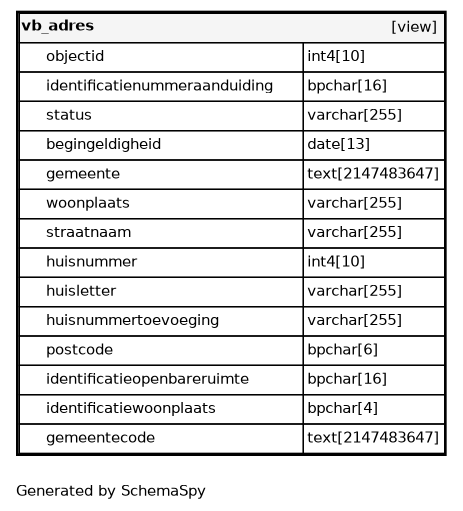
The Graphviz diagram datamodel/schemaspy/bag/diagrams/tables/vb_adres.1degree.png in B3Partners/brmo, before a commit. Its source is kept beside it as datamodel/schemaspy/bag/diagrams/tables/vb_adres.1degree.dot. Source of this version:
```dot
digraph "oneDegreeRelationshipsDiagram" {
  graph [    rankdir="RL"    bgcolor="#ffffff"    label="\nGenerated by SchemaSpy"    labeljust="l"    nodesep="0.18"    ranksep="0.46"    fontname="Helvetica"    fontsize="11"    ration="compress"  ];  node [    fontname="Helvetica"    fontsize="11"    shape="plaintext"  ];  edge [    arrowsize="0.8"  ];
  "vb_adres" [
   label=<
    <TABLE BORDER="2" CELLBORDER="1" CELLSPACING="0" BGCOLOR="#ffffff">
      <TR><TD COLSPAN="4"  BGCOLOR="#f5f5f5"><TABLE BORDER="0" CELLSPACING="0"><TR><TD ALIGN="LEFT" FIXEDSIZE="TRUE" WIDTH="52" HEIGHT="16"><B>vb_adres</B></TD><TD ALIGN="RIGHT">[view]</TD></TR></TABLE></TD></TR>
      <TR><TD PORT="objectid" COLSPAN="2" ALIGN="LEFT"><TABLE BORDER="0" CELLSPACING="0" ALIGN="LEFT"><TR ALIGN="LEFT"><TD ALIGN="LEFT" FIXEDSIZE="TRUE" WIDTH="15" HEIGHT="16"></TD><TD ALIGN="LEFT" FIXEDSIZE="TRUE" WIDTH="192" HEIGHT="16">objectid</TD></TR></TABLE></TD><TD PORT="objectid.type" ALIGN="LEFT">int4[10]</TD></TR>
      <TR><TD PORT="identificatienummeraanduiding" COLSPAN="2" ALIGN="LEFT"><TABLE BORDER="0" CELLSPACING="0" ALIGN="LEFT"><TR ALIGN="LEFT"><TD ALIGN="LEFT" FIXEDSIZE="TRUE" WIDTH="15" HEIGHT="16"></TD><TD ALIGN="LEFT" FIXEDSIZE="TRUE" WIDTH="192" HEIGHT="16">identificatienummeraanduiding</TD></TR></TABLE></TD><TD PORT="identificatienummeraanduiding.type" ALIGN="LEFT">bpchar[16]</TD></TR>
      <TR><TD PORT="status" COLSPAN="2" ALIGN="LEFT"><TABLE BORDER="0" CELLSPACING="0" ALIGN="LEFT"><TR ALIGN="LEFT"><TD ALIGN="LEFT" FIXEDSIZE="TRUE" WIDTH="15" HEIGHT="16"></TD><TD ALIGN="LEFT" FIXEDSIZE="TRUE" WIDTH="192" HEIGHT="16">status</TD></TR></TABLE></TD><TD PORT="status.type" ALIGN="LEFT">varchar[255]</TD></TR>
      <TR><TD PORT="begingeldigheid" COLSPAN="2" ALIGN="LEFT"><TABLE BORDER="0" CELLSPACING="0" ALIGN="LEFT"><TR ALIGN="LEFT"><TD ALIGN="LEFT" FIXEDSIZE="TRUE" WIDTH="15" HEIGHT="16"></TD><TD ALIGN="LEFT" FIXEDSIZE="TRUE" WIDTH="192" HEIGHT="16">begingeldigheid</TD></TR></TABLE></TD><TD PORT="begingeldigheid.type" ALIGN="LEFT">date[13]</TD></TR>
      <TR><TD PORT="gemeente" COLSPAN="2" ALIGN="LEFT"><TABLE BORDER="0" CELLSPACING="0" ALIGN="LEFT"><TR ALIGN="LEFT"><TD ALIGN="LEFT" FIXEDSIZE="TRUE" WIDTH="15" HEIGHT="16"></TD><TD ALIGN="LEFT" FIXEDSIZE="TRUE" WIDTH="192" HEIGHT="16">gemeente</TD></TR></TABLE></TD><TD PORT="gemeente.type" ALIGN="LEFT">text[2147483647]</TD></TR>
      <TR><TD PORT="woonplaats" COLSPAN="2" ALIGN="LEFT"><TABLE BORDER="0" CELLSPACING="0" ALIGN="LEFT"><TR ALIGN="LEFT"><TD ALIGN="LEFT" FIXEDSIZE="TRUE" WIDTH="15" HEIGHT="16"></TD><TD ALIGN="LEFT" FIXEDSIZE="TRUE" WIDTH="192" HEIGHT="16">woonplaats</TD></TR></TABLE></TD><TD PORT="woonplaats.type" ALIGN="LEFT">varchar[255]</TD></TR>
      <TR><TD PORT="straatnaam" COLSPAN="2" ALIGN="LEFT"><TABLE BORDER="0" CELLSPACING="0" ALIGN="LEFT"><TR ALIGN="LEFT"><TD ALIGN="LEFT" FIXEDSIZE="TRUE" WIDTH="15" HEIGHT="16"></TD><TD ALIGN="LEFT" FIXEDSIZE="TRUE" WIDTH="192" HEIGHT="16">straatnaam</TD></TR></TABLE></TD><TD PORT="straatnaam.type" ALIGN="LEFT">varchar[255]</TD></TR>
      <TR><TD PORT="huisnummer" COLSPAN="2" ALIGN="LEFT"><TABLE BORDER="0" CELLSPACING="0" ALIGN="LEFT"><TR ALIGN="LEFT"><TD ALIGN="LEFT" FIXEDSIZE="TRUE" WIDTH="15" HEIGHT="16"></TD><TD ALIGN="LEFT" FIXEDSIZE="TRUE" WIDTH="192" HEIGHT="16">huisnummer</TD></TR></TABLE></TD><TD PORT="huisnummer.type" ALIGN="LEFT">int4[10]</TD></TR>
      <TR><TD PORT="huisletter" COLSPAN="2" ALIGN="LEFT"><TABLE BORDER="0" CELLSPACING="0" ALIGN="LEFT"><TR ALIGN="LEFT"><TD ALIGN="LEFT" FIXEDSIZE="TRUE" WIDTH="15" HEIGHT="16"></TD><TD ALIGN="LEFT" FIXEDSIZE="TRUE" WIDTH="192" HEIGHT="16">huisletter</TD></TR></TABLE></TD><TD PORT="huisletter.type" ALIGN="LEFT">varchar[255]</TD></TR>
      <TR><TD PORT="huisnummertoevoeging" COLSPAN="2" ALIGN="LEFT"><TABLE BORDER="0" CELLSPACING="0" ALIGN="LEFT"><TR ALIGN="LEFT"><TD ALIGN="LEFT" FIXEDSIZE="TRUE" WIDTH="15" HEIGHT="16"></TD><TD ALIGN="LEFT" FIXEDSIZE="TRUE" WIDTH="192" HEIGHT="16">huisnummertoevoeging</TD></TR></TABLE></TD><TD PORT="huisnummertoevoeging.type" ALIGN="LEFT">varchar[255]</TD></TR>
      <TR><TD PORT="postcode" COLSPAN="2" ALIGN="LEFT"><TABLE BORDER="0" CELLSPACING="0" ALIGN="LEFT"><TR ALIGN="LEFT"><TD ALIGN="LEFT" FIXEDSIZE="TRUE" WIDTH="15" HEIGHT="16"></TD><TD ALIGN="LEFT" FIXEDSIZE="TRUE" WIDTH="192" HEIGHT="16">postcode</TD></TR></TABLE></TD><TD PORT="postcode.type" ALIGN="LEFT">bpchar[6]</TD></TR>
      <TR><TD PORT="identificatieopenbareruimte" COLSPAN="2" ALIGN="LEFT"><TABLE BORDER="0" CELLSPACING="0" ALIGN="LEFT"><TR ALIGN="LEFT"><TD ALIGN="LEFT" FIXEDSIZE="TRUE" WIDTH="15" HEIGHT="16"></TD><TD ALIGN="LEFT" FIXEDSIZE="TRUE" WIDTH="192" HEIGHT="16">identificatieopenbareruimte</TD></TR></TABLE></TD><TD PORT="identificatieopenbareruimte.type" ALIGN="LEFT">bpchar[16]</TD></TR>
      <TR><TD PORT="identificatiewoonplaats" COLSPAN="2" ALIGN="LEFT"><TABLE BORDER="0" CELLSPACING="0" ALIGN="LEFT"><TR ALIGN="LEFT"><TD ALIGN="LEFT" FIXEDSIZE="TRUE" WIDTH="15" HEIGHT="16"></TD><TD ALIGN="LEFT" FIXEDSIZE="TRUE" WIDTH="192" HEIGHT="16">identificatiewoonplaats</TD></TR></TABLE></TD><TD PORT="identificatiewoonplaats.type" ALIGN="LEFT">bpchar[4]</TD></TR>
      <TR><TD PORT="gemeentecode" COLSPAN="2" ALIGN="LEFT"><TABLE BORDER="0" CELLSPACING="0" ALIGN="LEFT"><TR ALIGN="LEFT"><TD ALIGN="LEFT" FIXEDSIZE="TRUE" WIDTH="15" HEIGHT="16"></TD><TD ALIGN="LEFT" FIXEDSIZE="TRUE" WIDTH="192" HEIGHT="16">gemeentecode</TD></TR></TABLE></TD><TD PORT="gemeentecode.type" ALIGN="LEFT">text[2147483647]</TD></TR>
    </TABLE>>
    URL="vb_adres.html"
    target="_top"
    tooltip="vb_adres"
  ];
}
```
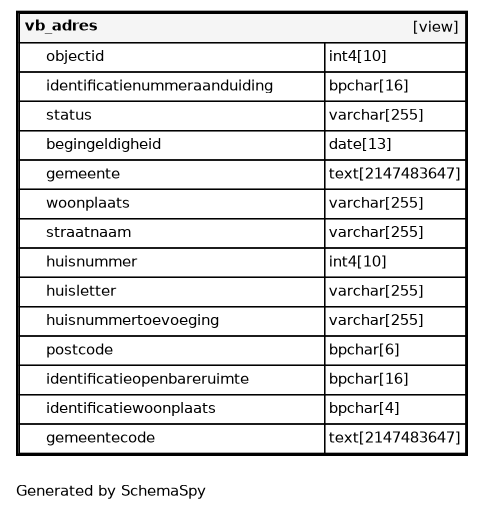
Above is the later version.

The edit, as a diff of the source:
```diff
@@ -1,23 +1,23 @@
 digraph "oneDegreeRelationshipsDiagram" {
-  graph [    rankdir="RL"    bgcolor="#ffffff"    label="\nGenerated by SchemaSpy"    labeljust="l"    nodesep="0.18"    ranksep="0.46"    fontname="Helvetica"    fontsize="11"    ration="compress"  ];  node [    fontname="Helvetica"    fontsize="11"    shape="plaintext"  ];  edge [    arrowsize="0.8"  ];
+  graph [    rankdir="RL"    bgcolor="#ffffff"    label="\nGenerated by SchemaSpy"    labeljust="l"    nodesep="0.18"    ranksep="0.46"    fontname="Helvetica"    fontsize="11"    packmode="graph"  ];  node [    fontname="Helvetica"    fontsize="11"    shape="plaintext"  ];  edge [    arrowsize="0.8"  ];
   "vb_adres" [
    label=<
     <TABLE BORDER="2" CELLBORDER="1" CELLSPACING="0" BGCOLOR="#ffffff">
-      <TR><TD COLSPAN="4"  BGCOLOR="#f5f5f5"><TABLE BORDER="0" CELLSPACING="0"><TR><TD ALIGN="LEFT" FIXEDSIZE="TRUE" WIDTH="52" HEIGHT="16"><B>vb_adres</B></TD><TD ALIGN="RIGHT">[view]</TD></TR></TABLE></TD></TR>
-      <TR><TD PORT="objectid" COLSPAN="2" ALIGN="LEFT"><TABLE BORDER="0" CELLSPACING="0" ALIGN="LEFT"><TR ALIGN="LEFT"><TD ALIGN="LEFT" FIXEDSIZE="TRUE" WIDTH="15" HEIGHT="16"></TD><TD ALIGN="LEFT" FIXEDSIZE="TRUE" WIDTH="192" HEIGHT="16">objectid</TD></TR></TABLE></TD><TD PORT="objectid.type" ALIGN="LEFT">int4[10]</TD></TR>
-      <TR><TD PORT="identificatienummeraanduiding" COLSPAN="2" ALIGN="LEFT"><TABLE BORDER="0" CELLSPACING="0" ALIGN="LEFT"><TR ALIGN="LEFT"><TD ALIGN="LEFT" FIXEDSIZE="TRUE" WIDTH="15" HEIGHT="16"></TD><TD ALIGN="LEFT" FIXEDSIZE="TRUE" WIDTH="192" HEIGHT="16">identificatienummeraanduiding</TD></TR></TABLE></TD><TD PORT="identificatienummeraanduiding.type" ALIGN="LEFT">bpchar[16]</TD></TR>
-      <TR><TD PORT="status" COLSPAN="2" ALIGN="LEFT"><TABLE BORDER="0" CELLSPACING="0" ALIGN="LEFT"><TR ALIGN="LEFT"><TD ALIGN="LEFT" FIXEDSIZE="TRUE" WIDTH="15" HEIGHT="16"></TD><TD ALIGN="LEFT" FIXEDSIZE="TRUE" WIDTH="192" HEIGHT="16">status</TD></TR></TABLE></TD><TD PORT="status.type" ALIGN="LEFT">varchar[255]</TD></TR>
-      <TR><TD PORT="begingeldigheid" COLSPAN="2" ALIGN="LEFT"><TABLE BORDER="0" CELLSPACING="0" ALIGN="LEFT"><TR ALIGN="LEFT"><TD ALIGN="LEFT" FIXEDSIZE="TRUE" WIDTH="15" HEIGHT="16"></TD><TD ALIGN="LEFT" FIXEDSIZE="TRUE" WIDTH="192" HEIGHT="16">begingeldigheid</TD></TR></TABLE></TD><TD PORT="begingeldigheid.type" ALIGN="LEFT">date[13]</TD></TR>
-      <TR><TD PORT="gemeente" COLSPAN="2" ALIGN="LEFT"><TABLE BORDER="0" CELLSPACING="0" ALIGN="LEFT"><TR ALIGN="LEFT"><TD ALIGN="LEFT" FIXEDSIZE="TRUE" WIDTH="15" HEIGHT="16"></TD><TD ALIGN="LEFT" FIXEDSIZE="TRUE" WIDTH="192" HEIGHT="16">gemeente</TD></TR></TABLE></TD><TD PORT="gemeente.type" ALIGN="LEFT">text[2147483647]</TD></TR>
-      <TR><TD PORT="woonplaats" COLSPAN="2" ALIGN="LEFT"><TABLE BORDER="0" CELLSPACING="0" ALIGN="LEFT"><TR ALIGN="LEFT"><TD ALIGN="LEFT" FIXEDSIZE="TRUE" WIDTH="15" HEIGHT="16"></TD><TD ALIGN="LEFT" FIXEDSIZE="TRUE" WIDTH="192" HEIGHT="16">woonplaats</TD></TR></TABLE></TD><TD PORT="woonplaats.type" ALIGN="LEFT">varchar[255]</TD></TR>
-      <TR><TD PORT="straatnaam" COLSPAN="2" ALIGN="LEFT"><TABLE BORDER="0" CELLSPACING="0" ALIGN="LEFT"><TR ALIGN="LEFT"><TD ALIGN="LEFT" FIXEDSIZE="TRUE" WIDTH="15" HEIGHT="16"></TD><TD ALIGN="LEFT" FIXEDSIZE="TRUE" WIDTH="192" HEIGHT="16">straatnaam</TD></TR></TABLE></TD><TD PORT="straatnaam.type" ALIGN="LEFT">varchar[255]</TD></TR>
-      <TR><TD PORT="huisnummer" COLSPAN="2" ALIGN="LEFT"><TABLE BORDER="0" CELLSPACING="0" ALIGN="LEFT"><TR ALIGN="LEFT"><TD ALIGN="LEFT" FIXEDSIZE="TRUE" WIDTH="15" HEIGHT="16"></TD><TD ALIGN="LEFT" FIXEDSIZE="TRUE" WIDTH="192" HEIGHT="16">huisnummer</TD></TR></TABLE></TD><TD PORT="huisnummer.type" ALIGN="LEFT">int4[10]</TD></TR>
-      <TR><TD PORT="huisletter" COLSPAN="2" ALIGN="LEFT"><TABLE BORDER="0" CELLSPACING="0" ALIGN="LEFT"><TR ALIGN="LEFT"><TD ALIGN="LEFT" FIXEDSIZE="TRUE" WIDTH="15" HEIGHT="16"></TD><TD ALIGN="LEFT" FIXEDSIZE="TRUE" WIDTH="192" HEIGHT="16">huisletter</TD></TR></TABLE></TD><TD PORT="huisletter.type" ALIGN="LEFT">varchar[255]</TD></TR>
-      <TR><TD PORT="huisnummertoevoeging" COLSPAN="2" ALIGN="LEFT"><TABLE BORDER="0" CELLSPACING="0" ALIGN="LEFT"><TR ALIGN="LEFT"><TD ALIGN="LEFT" FIXEDSIZE="TRUE" WIDTH="15" HEIGHT="16"></TD><TD ALIGN="LEFT" FIXEDSIZE="TRUE" WIDTH="192" HEIGHT="16">huisnummertoevoeging</TD></TR></TABLE></TD><TD PORT="huisnummertoevoeging.type" ALIGN="LEFT">varchar[255]</TD></TR>
-      <TR><TD PORT="postcode" COLSPAN="2" ALIGN="LEFT"><TABLE BORDER="0" CELLSPACING="0" ALIGN="LEFT"><TR ALIGN="LEFT"><TD ALIGN="LEFT" FIXEDSIZE="TRUE" WIDTH="15" HEIGHT="16"></TD><TD ALIGN="LEFT" FIXEDSIZE="TRUE" WIDTH="192" HEIGHT="16">postcode</TD></TR></TABLE></TD><TD PORT="postcode.type" ALIGN="LEFT">bpchar[6]</TD></TR>
-      <TR><TD PORT="identificatieopenbareruimte" COLSPAN="2" ALIGN="LEFT"><TABLE BORDER="0" CELLSPACING="0" ALIGN="LEFT"><TR ALIGN="LEFT"><TD ALIGN="LEFT" FIXEDSIZE="TRUE" WIDTH="15" HEIGHT="16"></TD><TD ALIGN="LEFT" FIXEDSIZE="TRUE" WIDTH="192" HEIGHT="16">identificatieopenbareruimte</TD></TR></TABLE></TD><TD PORT="identificatieopenbareruimte.type" ALIGN="LEFT">bpchar[16]</TD></TR>
-      <TR><TD PORT="identificatiewoonplaats" COLSPAN="2" ALIGN="LEFT"><TABLE BORDER="0" CELLSPACING="0" ALIGN="LEFT"><TR ALIGN="LEFT"><TD ALIGN="LEFT" FIXEDSIZE="TRUE" WIDTH="15" HEIGHT="16"></TD><TD ALIGN="LEFT" FIXEDSIZE="TRUE" WIDTH="192" HEIGHT="16">identificatiewoonplaats</TD></TR></TABLE></TD><TD PORT="identificatiewoonplaats.type" ALIGN="LEFT">bpchar[4]</TD></TR>
-      <TR><TD PORT="gemeentecode" COLSPAN="2" ALIGN="LEFT"><TABLE BORDER="0" CELLSPACING="0" ALIGN="LEFT"><TR ALIGN="LEFT"><TD ALIGN="LEFT" FIXEDSIZE="TRUE" WIDTH="15" HEIGHT="16"></TD><TD ALIGN="LEFT" FIXEDSIZE="TRUE" WIDTH="192" HEIGHT="16">gemeentecode</TD></TR></TABLE></TD><TD PORT="gemeentecode.type" ALIGN="LEFT">text[2147483647]</TD></TR>
+      <TR><TD COLSPAN="4"  BGCOLOR="#f5f5f5"><TABLE BORDER="0" CELLSPACING="0"><TR><TD ALIGN="LEFT" FIXEDSIZE="TRUE" WIDTH="57" HEIGHT="16"><B>vb_adres</B></TD><TD ALIGN="RIGHT">[view]</TD></TR></TABLE></TD></TR>
+      <TR><TD PORT="objectid" COLSPAN="2" ALIGN="LEFT"><TABLE BORDER="0" CELLSPACING="0" ALIGN="LEFT"><TR ALIGN="LEFT"><TD ALIGN="LEFT" FIXEDSIZE="TRUE" WIDTH="15" HEIGHT="16"></TD><TD ALIGN="LEFT" FIXEDSIZE="TRUE" WIDTH="208" HEIGHT="16">objectid</TD></TR></TABLE></TD><TD PORT="objectid.type" ALIGN="LEFT">int4[10]</TD></TR>
+      <TR><TD PORT="identificatienummeraanduiding" COLSPAN="2" ALIGN="LEFT"><TABLE BORDER="0" CELLSPACING="0" ALIGN="LEFT"><TR ALIGN="LEFT"><TD ALIGN="LEFT" FIXEDSIZE="TRUE" WIDTH="15" HEIGHT="16"></TD><TD ALIGN="LEFT" FIXEDSIZE="TRUE" WIDTH="208" HEIGHT="16">identificatienummeraanduiding</TD></TR></TABLE></TD><TD PORT="identificatienummeraanduiding.type" ALIGN="LEFT">bpchar[16]</TD></TR>
+      <TR><TD PORT="status" COLSPAN="2" ALIGN="LEFT"><TABLE BORDER="0" CELLSPACING="0" ALIGN="LEFT"><TR ALIGN="LEFT"><TD ALIGN="LEFT" FIXEDSIZE="TRUE" WIDTH="15" HEIGHT="16"></TD><TD ALIGN="LEFT" FIXEDSIZE="TRUE" WIDTH="208" HEIGHT="16">status</TD></TR></TABLE></TD><TD PORT="status.type" ALIGN="LEFT">varchar[255]</TD></TR>
+      <TR><TD PORT="begingeldigheid" COLSPAN="2" ALIGN="LEFT"><TABLE BORDER="0" CELLSPACING="0" ALIGN="LEFT"><TR ALIGN="LEFT"><TD ALIGN="LEFT" FIXEDSIZE="TRUE" WIDTH="15" HEIGHT="16"></TD><TD ALIGN="LEFT" FIXEDSIZE="TRUE" WIDTH="208" HEIGHT="16">begingeldigheid</TD></TR></TABLE></TD><TD PORT="begingeldigheid.type" ALIGN="LEFT">date[13]</TD></TR>
+      <TR><TD PORT="gemeente" COLSPAN="2" ALIGN="LEFT"><TABLE BORDER="0" CELLSPACING="0" ALIGN="LEFT"><TR ALIGN="LEFT"><TD ALIGN="LEFT" FIXEDSIZE="TRUE" WIDTH="15" HEIGHT="16"></TD><TD ALIGN="LEFT" FIXEDSIZE="TRUE" WIDTH="208" HEIGHT="16">gemeente</TD></TR></TABLE></TD><TD PORT="gemeente.type" ALIGN="LEFT">text[2147483647]</TD></TR>
+      <TR><TD PORT="woonplaats" COLSPAN="2" ALIGN="LEFT"><TABLE BORDER="0" CELLSPACING="0" ALIGN="LEFT"><TR ALIGN="LEFT"><TD ALIGN="LEFT" FIXEDSIZE="TRUE" WIDTH="15" HEIGHT="16"></TD><TD ALIGN="LEFT" FIXEDSIZE="TRUE" WIDTH="208" HEIGHT="16">woonplaats</TD></TR></TABLE></TD><TD PORT="woonplaats.type" ALIGN="LEFT">varchar[255]</TD></TR>
+      <TR><TD PORT="straatnaam" COLSPAN="2" ALIGN="LEFT"><TABLE BORDER="0" CELLSPACING="0" ALIGN="LEFT"><TR ALIGN="LEFT"><TD ALIGN="LEFT" FIXEDSIZE="TRUE" WIDTH="15" HEIGHT="16"></TD><TD ALIGN="LEFT" FIXEDSIZE="TRUE" WIDTH="208" HEIGHT="16">straatnaam</TD></TR></TABLE></TD><TD PORT="straatnaam.type" ALIGN="LEFT">varchar[255]</TD></TR>
+      <TR><TD PORT="huisnummer" COLSPAN="2" ALIGN="LEFT"><TABLE BORDER="0" CELLSPACING="0" ALIGN="LEFT"><TR ALIGN="LEFT"><TD ALIGN="LEFT" FIXEDSIZE="TRUE" WIDTH="15" HEIGHT="16"></TD><TD ALIGN="LEFT" FIXEDSIZE="TRUE" WIDTH="208" HEIGHT="16">huisnummer</TD></TR></TABLE></TD><TD PORT="huisnummer.type" ALIGN="LEFT">int4[10]</TD></TR>
+      <TR><TD PORT="huisletter" COLSPAN="2" ALIGN="LEFT"><TABLE BORDER="0" CELLSPACING="0" ALIGN="LEFT"><TR ALIGN="LEFT"><TD ALIGN="LEFT" FIXEDSIZE="TRUE" WIDTH="15" HEIGHT="16"></TD><TD ALIGN="LEFT" FIXEDSIZE="TRUE" WIDTH="208" HEIGHT="16">huisletter</TD></TR></TABLE></TD><TD PORT="huisletter.type" ALIGN="LEFT">varchar[255]</TD></TR>
+      <TR><TD PORT="huisnummertoevoeging" COLSPAN="2" ALIGN="LEFT"><TABLE BORDER="0" CELLSPACING="0" ALIGN="LEFT"><TR ALIGN="LEFT"><TD ALIGN="LEFT" FIXEDSIZE="TRUE" WIDTH="15" HEIGHT="16"></TD><TD ALIGN="LEFT" FIXEDSIZE="TRUE" WIDTH="208" HEIGHT="16">huisnummertoevoeging</TD></TR></TABLE></TD><TD PORT="huisnummertoevoeging.type" ALIGN="LEFT">varchar[255]</TD></TR>
+      <TR><TD PORT="postcode" COLSPAN="2" ALIGN="LEFT"><TABLE BORDER="0" CELLSPACING="0" ALIGN="LEFT"><TR ALIGN="LEFT"><TD ALIGN="LEFT" FIXEDSIZE="TRUE" WIDTH="15" HEIGHT="16"></TD><TD ALIGN="LEFT" FIXEDSIZE="TRUE" WIDTH="208" HEIGHT="16">postcode</TD></TR></TABLE></TD><TD PORT="postcode.type" ALIGN="LEFT">bpchar[6]</TD></TR>
+      <TR><TD PORT="identificatieopenbareruimte" COLSPAN="2" ALIGN="LEFT"><TABLE BORDER="0" CELLSPACING="0" ALIGN="LEFT"><TR ALIGN="LEFT"><TD ALIGN="LEFT" FIXEDSIZE="TRUE" WIDTH="15" HEIGHT="16"></TD><TD ALIGN="LEFT" FIXEDSIZE="TRUE" WIDTH="208" HEIGHT="16">identificatieopenbareruimte</TD></TR></TABLE></TD><TD PORT="identificatieopenbareruimte.type" ALIGN="LEFT">bpchar[16]</TD></TR>
+      <TR><TD PORT="identificatiewoonplaats" COLSPAN="2" ALIGN="LEFT"><TABLE BORDER="0" CELLSPACING="0" ALIGN="LEFT"><TR ALIGN="LEFT"><TD ALIGN="LEFT" FIXEDSIZE="TRUE" WIDTH="15" HEIGHT="16"></TD><TD ALIGN="LEFT" FIXEDSIZE="TRUE" WIDTH="208" HEIGHT="16">identificatiewoonplaats</TD></TR></TABLE></TD><TD PORT="identificatiewoonplaats.type" ALIGN="LEFT">bpchar[4]</TD></TR>
+      <TR><TD PORT="gemeentecode" COLSPAN="2" ALIGN="LEFT"><TABLE BORDER="0" CELLSPACING="0" ALIGN="LEFT"><TR ALIGN="LEFT"><TD ALIGN="LEFT" FIXEDSIZE="TRUE" WIDTH="15" HEIGHT="16"></TD><TD ALIGN="LEFT" FIXEDSIZE="TRUE" WIDTH="208" HEIGHT="16">gemeentecode</TD></TR></TABLE></TD><TD PORT="gemeentecode.type" ALIGN="LEFT">text[2147483647]</TD></TR>
     </TABLE>>
     URL="vb_adres.html"
     target="_top"
```
